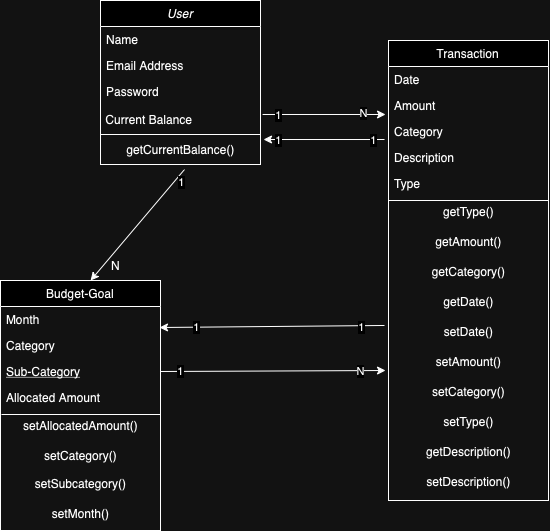
Before: images/ClassDiagram.drawio.png, a diagram exported from draw.io (calvin-cs262-Fall2024-TheATeam/Centsible-Project). Source tidied: cells renumbered, new cells last; positions are measured from the earlier drawing's top-left corner, leaving out a move shared by most shapes.
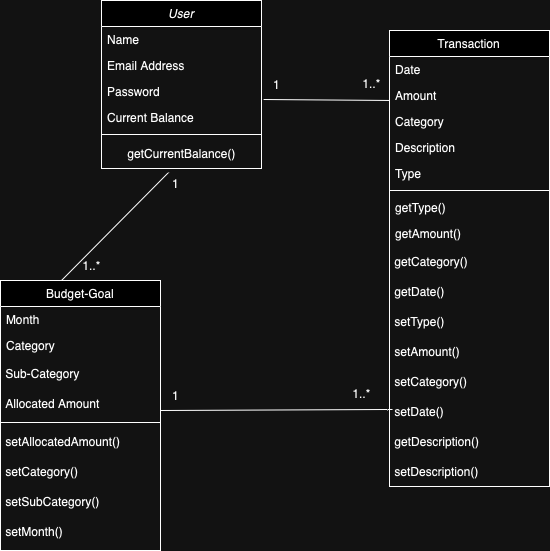
The same diagram one commit later.

What changed in the source:
```diff
@@ -3,7 +3,7 @@
     <mxCell id="0" />
     <mxCell id="1" parent="0" />
     <mxCell id="2" value="User" style="swimlane;fontStyle=2;align=center;verticalAlign=top;horizontal=1;startSize=26;rounded=0;shadow=0;strokeWidth=1;" parent="1" vertex="1">
-      <mxGeometry x="100" width="160" height="164" as="geometry" />
+      <mxGeometry x="100" y="10" width="160" height="168" as="geometry" />
     </mxCell>
     <mxCell id="3" value="Name" style="text;align=left;verticalAlign=top;spacingLeft=4;spacingRight=4;overflow=hidden;" parent="2" vertex="1">
       <mxGeometry y="26" width="160" height="26" as="geometry" />
@@ -14,44 +14,47 @@
     <mxCell id="5" value="Password" style="text;align=left;verticalAlign=top;spacingLeft=4;spacingRight=4;overflow=hidden;points=[[0,0.5],[1,0.5]];portConstraint=eastwest;rounded=0;shadow=0;html=0;" parent="2" vertex="1">
       <mxGeometry y="78" width="160" height="26" as="geometry" />
     </mxCell>
-    <mxCell id="6" value="&amp;nbsp;Current Balance" style="text;html=1;align=left;verticalAlign=middle;points=[];strokeColor=none;fillColor=none;" parent="2" vertex="1">
-      <mxGeometry y="104" width="160" height="30" as="geometry" />
+    <mxCell id="6" value="Current Balance" style="text;align=left;verticalAlign=top;spacingLeft=4;spacingRight=4;overflow=hidden;points=[[0,0.5],[1,0.5]];portConstraint=eastwest;" parent="2" vertex="1">
+      <mxGeometry y="104" width="160" height="26" as="geometry" />
     </mxCell>
-    <mxCell id="7" style="endArrow=none;html=1;rounded=0;" parent="2" edge="1">
-      <mxGeometry relative="1" as="geometry">
-        <mxPoint y="134" as="sourcePoint" />
-        <mxPoint x="160" y="134" as="targetPoint" />
-      </mxGeometry>
-    </mxCell>
+    <mxCell id="51" style="line;html=1;strokeWidth=1;align=left;verticalAlign=middle;spacingTop=-1;spacingLeft=3;spacingRight=3;labelPosition=right;" parent="2" vertex="1">
+      <mxGeometry y="130" width="160" height="8" as="geometry" />
+    </mxCell>
     <mxCell id="8" value="getCurrentBalance()" style="text;html=1;align=center;verticalAlign=middle;points=[];strokeColor=none;fillColor=none;" parent="2" vertex="1">
-      <mxGeometry y="134" width="160" height="30" as="geometry" />
+      <mxGeometry y="138" width="160" height="30" as="geometry" />
     </mxCell>
     <mxCell id="9" value="Budget-Goal" style="swimlane;fontStyle=0;align=center;verticalAlign=top;horizontal=1;startSize=26;rounded=0;shadow=0;strokeWidth=1;" parent="1" vertex="1">
-      <mxGeometry y="280" width="160" height="250" as="geometry" />
+      <mxGeometry x="-1" y="290" width="160" height="270" as="geometry" />
     </mxCell>
-    <mxCell id="10" value="Month" style="text;align=left;verticalAlign=top;spacingLeft=4;spacingRight=4;overflow=hidden;points=[[0,0.5],[1,0.5]];portConstraint=eastwest;" parent="9" vertex="1">
-      <mxGeometry y="26" width="160" height="26" as="geometry" />
-    </mxCell>
-    <mxCell id="11" value="Category" style="text;align=left;verticalAlign=top;spacingLeft=4;spacingRight=4;overflow=hidden;rounded=0;shadow=0;html=0;" parent="9" vertex="1">
-      <mxGeometry y="52" width="160" height="26" as="geometry" />
+    <mxCell id="11" value="Month" style="text;align=left;verticalAlign=top;spacingLeft=4;spacingRight=4;overflow=hidden;rounded=0;shadow=0;html=0;" parent="9" vertex="1">
+      <mxGeometry y="26" width="160" height="26" as="geometry" />
     </mxCell>
+    <mxCell id="13" value="Category" style="text;align=left;verticalAlign=top;spacingLeft=4;spacingRight=4;overflow=hidden;points=[[0,0.5],[1,0.5]];portConstraint=eastwest;" parent="9" vertex="1">
+      <mxGeometry y="52" width="160" height="26" as="geometry" />
+    </mxCell>
-    <mxCell id="12" value="Sub-Category" style="text;align=left;verticalAlign=top;spacingLeft=4;spacingRight=4;overflow=hidden;points=[[0,0.5],[1,0.5]];portConstraint=eastwest;fontStyle=4;" parent="9" vertex="1">
-      <mxGeometry y="78" width="160" height="26" as="geometry" />
+    <mxCell id="12" value="&amp;nbsp;Sub-Category" style="text;html=1;align=left;verticalAlign=middle;points=[];strokeColor=none;fillColor=none;" parent="9" vertex="1">
+      <mxGeometry y="78" width="160" height="30" as="geometry" />
     </mxCell>
-    <mxCell id="13" value="Allocated Amount" style="text;align=left;verticalAlign=top;spacingLeft=4;spacingRight=4;overflow=hidden;points=[[0,0.5],[1,0.5]];portConstraint=eastwest;" parent="9" vertex="1">
-      <mxGeometry y="104" width="160" height="26" as="geometry" />
-    </mxCell>
-    <mxCell id="14" style="endArrow=none;html=1;rounded=0;exitX=0.006;exitY=1.154;exitDx=0;exitDy=0;exitPerimeter=0;entryX=1;entryY=1.154;entryDx=0;entryDy=0;entryPerimeter=0;" parent="9" edge="1" source="13" target="13">
-      <mxGeometry relative="1" as="geometry" />
-    </mxCell>
+    <mxCell id="52" value="&amp;nbsp;Allocated Amount" style="text;html=1;align=left;verticalAlign=middle;strokeColor=none;fillColor=none;" parent="9" vertex="1">
+      <mxGeometry y="108" width="160" height="30" as="geometry" />
+    </mxCell>
+    <mxCell id="53" style="line;html=1;strokeWidth=1;align=left;verticalAlign=middle;spacingTop=-1;spacingLeft=3;spacingRight=3;labelPosition=right;" parent="9" vertex="1">
+      <mxGeometry y="138" width="160" height="8" as="geometry" />
+    </mxCell>
-    <mxCell id="15" value="setAllocatedAmount()" style="text;html=1;align=center;verticalAlign=middle;strokeColor=none;fillColor=none;" parent="9" vertex="1">
-      <mxGeometry y="130" width="160" height="30" as="geometry" />
+    <mxCell id="15" value="&amp;nbsp;setAllocatedAmount()" style="text;html=1;align=left;verticalAlign=middle;strokeColor=none;fillColor=none;" parent="9" vertex="1">
+      <mxGeometry y="146" width="160" height="30" as="geometry" />
     </mxCell>
-    <mxCell id="16" value="setCategory()" style="text;html=1;align=center;verticalAlign=middle;strokeColor=none;fillColor=none;" parent="9" vertex="1">
-      <mxGeometry y="160" width="160" height="30" as="geometry" />
-    </mxCell>
+    <mxCell id="54" value="&amp;nbsp;setCategory()" style="text;html=1;align=left;verticalAlign=middle;strokeColor=none;fillColor=none;" parent="9" vertex="1">
+      <mxGeometry y="176" width="160" height="30" as="geometry" />
+    </mxCell>
+    <mxCell id="55" value="&amp;nbsp;setSubCategory()" style="text;html=1;align=left;verticalAlign=middle;strokeColor=none;fillColor=none;" parent="9" vertex="1">
+      <mxGeometry y="206" width="160" height="30" as="geometry" />
+    </mxCell>
+    <mxCell id="35" value="&amp;nbsp;setMonth()" style="text;html=1;align=left;verticalAlign=middle;strokeColor=none;fillColor=none;" parent="9" vertex="1">
+      <mxGeometry y="236" width="160" height="30" as="geometry" />
+    </mxCell>
     <mxCell id="17" value="Transaction" style="swimlane;fontStyle=0;align=center;verticalAlign=top;horizontal=1;startSize=26;rounded=0;shadow=0;strokeWidth=1;" parent="1" vertex="1">
-      <mxGeometry x="388" y="40" width="160" height="460" as="geometry" />
+      <mxGeometry x="388" y="40" width="160" height="456" as="geometry" />
     </mxCell>
     <mxCell id="18" value="Date" style="text;align=left;verticalAlign=top;spacingLeft=4;spacingRight=4;overflow=hidden;" parent="17" vertex="1">
       <mxGeometry y="26" width="160" height="26" as="geometry" />
@@ -62,102 +65,77 @@
     <mxCell id="20" value="Category" style="text;align=left;verticalAlign=top;spacingLeft=4;spacingRight=4;overflow=hidden;points=[[0,0.5],[1,0.5]];portConstraint=eastwest;rounded=0;shadow=0;html=0;" parent="17" vertex="1">
       <mxGeometry y="78" width="160" height="26" as="geometry" />
     </mxCell>
+    <mxCell id="56" value="Description" style="text;align=left;verticalAlign=top;spacingLeft=4;spacingRight=4;overflow=hidden;rounded=0;shadow=0;html=0;" parent="17" vertex="1">
+      <mxGeometry y="104" width="160" height="26" as="geometry" />
+    </mxCell>
-    <mxCell id="21" value="Description" style="text;align=left;verticalAlign=top;spacingLeft=4;spacingRight=4;overflow=hidden;rounded=0;shadow=0;html=0;" parent="17" vertex="1">
-      <mxGeometry y="104" width="160" height="26" as="geometry" />
+    <mxCell id="21" value="Type" style="text;align=left;verticalAlign=top;spacingLeft=4;spacingRight=4;overflow=hidden;rounded=0;shadow=0;html=0;" parent="17" vertex="1">
+      <mxGeometry y="130" width="160" height="26" as="geometry" />
     </mxCell>
-    <mxCell id="22" value="Type" style="text;align=left;verticalAlign=top;spacingLeft=4;spacingRight=4;overflow=hidden;rounded=0;shadow=0;html=0;" parent="17" vertex="1">
-      <mxGeometry y="130" width="160" height="26" as="geometry" />
-    </mxCell>
-    <mxCell id="23" style="endArrow=none;html=1;rounded=0;" parent="17" edge="1">
-      <mxGeometry relative="1" as="geometry">
-        <mxPoint y="160" as="sourcePoint" />
-        <mxPoint x="160" y="160" as="targetPoint" />
-      </mxGeometry>
-    </mxCell>
+    <mxCell id="57" style="line;html=1;strokeWidth=1;align=left;verticalAlign=middle;spacingTop=-1;spacingLeft=3;spacingRight=3;labelPosition=right;" parent="17" vertex="1">
+      <mxGeometry y="156" width="160" height="8" as="geometry" />
+    </mxCell>
-    <mxCell id="24" value="getType()" style="text;html=1;align=center;verticalAlign=middle;strokeColor=none;fillColor=none;" parent="17" vertex="1">
-      <mxGeometry y="156" width="160" height="30" as="geometry" />
+    <mxCell id="24" value="getType()" style="text;align=left;verticalAlign=top;spacingLeft=4;spacingRight=4;overflow=hidden;" parent="17" vertex="1">
+      <mxGeometry y="164" width="160" height="26" as="geometry" />
     </mxCell>
-    <mxCell id="25" value="getAmount()" style="text;html=1;align=center;verticalAlign=middle;strokeColor=none;fillColor=none;" parent="17" vertex="1">
-      <mxGeometry y="186" width="160" height="30" as="geometry" />
+    <mxCell id="25" value="getAmount()" style="text;align=left;verticalAlign=top;spacingLeft=4;spacingRight=4;overflow=hidden;" parent="17" vertex="1">
+      <mxGeometry y="190" width="160" height="26" as="geometry" />
     </mxCell>
-    <mxCell id="26" value="getCategory()" style="text;html=1;align=center;verticalAlign=middle;strokeColor=none;fillColor=none;" parent="17" vertex="1">
+    <mxCell id="26" value="&amp;nbsp;getCategory()" style="text;html=1;align=left;verticalAlign=middle;strokeColor=none;fillColor=none;" parent="17" vertex="1">
       <mxGeometry y="216" width="160" height="30" as="geometry" />
     </mxCell>
-    <mxCell id="27" value="getDate()" style="text;html=1;align=center;verticalAlign=middle;strokeColor=none;fillColor=none;" parent="17" vertex="1">
+    <mxCell id="27" value="&amp;nbsp;getDate()" style="text;html=1;align=left;verticalAlign=middle;strokeColor=none;fillColor=none;" parent="17" vertex="1">
       <mxGeometry y="246" width="160" height="30" as="geometry" />
     </mxCell>
+    <mxCell id="31" value="&amp;nbsp;setType()" style="text;html=1;align=left;verticalAlign=middle;strokeColor=none;fillColor=none;" parent="17" vertex="1">
+      <mxGeometry y="276" width="160" height="30" as="geometry" />
+    </mxCell>
+    <mxCell id="29" value="&amp;nbsp;setAmount()" style="text;html=1;align=left;verticalAlign=middle;strokeColor=none;fillColor=none;" parent="17" vertex="1">
+      <mxGeometry y="306" width="160" height="30" as="geometry" />
+    </mxCell>
+    <mxCell id="58" value="&amp;nbsp;setCategory()" style="text;html=1;align=left;verticalAlign=middle;strokeColor=none;fillColor=none;" parent="17" vertex="1">
+      <mxGeometry y="336" width="160" height="30" as="geometry" />
+    </mxCell>
-    <mxCell id="28" value="setDate()" style="text;html=1;align=center;verticalAlign=middle;points=[];strokeColor=none;fillColor=none;" parent="17" vertex="1">
-      <mxGeometry y="276" width="160" height="30" as="geometry" />
+    <mxCell id="28" value="&amp;nbsp;setDate()" style="text;html=1;align=left;verticalAlign=middle;points=[];strokeColor=none;fillColor=none;" parent="17" vertex="1">
+      <mxGeometry y="366" width="160" height="30" as="geometry" />
     </mxCell>
-    <mxCell id="29" value="setAmount()" style="text;html=1;align=center;verticalAlign=middle;strokeColor=none;fillColor=none;" parent="17" vertex="1">
-      <mxGeometry y="306" width="160" height="30" as="geometry" />
-    </mxCell>
-    <mxCell id="30" value="setCategory()" style="text;html=1;align=center;verticalAlign=middle;strokeColor=none;fillColor=none;" parent="17" vertex="1">
-      <mxGeometry y="336" width="160" height="30" as="geometry" />
-    </mxCell>
-    <mxCell id="31" value="setType()" style="text;html=1;align=center;verticalAlign=middle;strokeColor=none;fillColor=none;" parent="17" vertex="1">
-      <mxGeometry y="366" width="160" height="30" as="geometry" />
-    </mxCell>
-    <mxCell id="32" value="getDescription()" style="text;html=1;align=center;verticalAlign=middle;strokeColor=none;fillColor=none;" parent="17" vertex="1">
+    <mxCell id="32" value="&amp;nbsp;getDescription()" style="text;html=1;align=left;verticalAlign=middle;strokeColor=none;fillColor=none;" parent="17" vertex="1">
       <mxGeometry y="396" width="160" height="30" as="geometry" />
     </mxCell>
-    <mxCell id="33" value="setDescription()" style="text;html=1;align=center;verticalAlign=middle;strokeColor=none;fillColor=none;" parent="17" vertex="1">
+    <mxCell id="33" value="&amp;nbsp;setDescription()" style="text;html=1;align=left;verticalAlign=middle;strokeColor=none;fillColor=none;" parent="17" vertex="1">
       <mxGeometry y="426" width="160" height="30" as="geometry" />
     </mxCell>
-    <mxCell id="34" value="setSubcategory()" style="text;html=1;align=center;verticalAlign=middle;strokeColor=none;fillColor=none;" parent="1" vertex="1">
-      <mxGeometry x="25" y="468" width="110" height="30" as="geometry" />
-    </mxCell>
-    <mxCell id="35" value="setMonth()" style="text;html=1;align=center;verticalAlign=middle;strokeColor=none;fillColor=none;" parent="1" vertex="1">
-      <mxGeometry x="40" y="498" width="80" height="30" as="geometry" />
-    </mxCell>
-    <mxCell id="36" style="endArrow=classic;html=1;rounded=0;exitX=1.013;exitY=0.333;exitDx=0;exitDy=0;exitPerimeter=0;" parent="1" edge="1" source="6">
-      <mxGeometry relative="1" as="geometry">
-        <mxPoint x="385" y="114" as="targetPoint" />
-      </mxGeometry>
-    </mxCell>
-    <mxCell id="37" value="N" style="edgeLabel;html=1;align=center;verticalAlign=middle;" parent="36" vertex="1">
-      <mxGeometry x="0.63" y="1" relative="1" as="geometry" />
-    </mxCell>
-    <mxCell id="38" value="1" style="edgeLabel;html=1;align=center;verticalAlign=middle;" parent="36" vertex="1">
-      <mxGeometry x="-0.76" y="-1" relative="1" as="geometry" />
-    </mxCell>
-    <mxCell id="39" style="endArrow=classic;html=1;rounded=0;entryX=1.019;entryY=0.167;entryDx=0;entryDy=0;entryPerimeter=0;exitX=-0.025;exitY=0.808;exitDx=0;exitDy=0;exitPerimeter=0;" parent="1" edge="1" source="20" target="8">
-      <mxGeometry relative="1" as="geometry" />
-    </mxCell>
-    <mxCell id="40" value="1" style="edgeLabel;html=1;align=center;verticalAlign=middle;" parent="39" vertex="1">
-      <mxGeometry x="0.77" relative="1" as="geometry" />
-    </mxCell>
-    <mxCell id="41" value="1" style="edgeLabel;html=1;align=center;verticalAlign=middle;" parent="39" vertex="1">
-      <mxGeometry x="-0.8" relative="1" as="geometry" />
-    </mxCell>
-    <mxCell id="42" style="endArrow=classic;html=1;rounded=0;entryX=0.563;entryY=0;entryDx=0;entryDy=0;entryPerimeter=0;exitX=0.525;exitY=1.167;exitDx=0;exitDy=0;exitPerimeter=0;" parent="1" edge="1" source="8" target="9">
-      <mxGeometry relative="1" as="geometry" />
-    </mxCell>
-    <mxCell id="43" value="1" style="edgeLabel;html=1;align=center;verticalAlign=middle;" parent="42" vertex="1">
-      <mxGeometry x="-0.84" y="5" relative="1" as="geometry" />
-    </mxCell>
-    <mxCell id="44" value="N" style="text;html=1;align=center;verticalAlign=middle;strokeColor=none;fillColor=none;" parent="1" vertex="1">
-      <mxGeometry x="100" y="250" width="30" height="30" as="geometry" />
-    </mxCell>
-    <mxCell id="45" style="endArrow=classic;html=1;rounded=0;exitX=-0.025;exitY=0.3;exitDx=0;exitDy=0;exitPerimeter=0;entryX=0.994;entryY=0.808;entryDx=0;entryDy=0;entryPerimeter=0;" parent="1" edge="1" source="28" target="10">
-      <mxGeometry relative="1" as="geometry" />
-    </mxCell>
-    <mxCell id="46" value="1" style="edgeLabel;html=1;align=center;verticalAlign=middle;" parent="45" vertex="1">
-      <mxGeometry x="-0.79" y="1" relative="1" as="geometry" />
-    </mxCell>
-    <mxCell id="47" value="1" style="edgeLabel;html=1;align=center;verticalAlign=middle;" parent="45" vertex="1">
-      <mxGeometry x="0.68" relative="1" as="geometry" />
-    </mxCell>
-    <mxCell id="48" style="endArrow=classic;html=1;rounded=0;exitX=1;exitY=0.5;exitDx=0;exitDy=0;" parent="1" edge="1" source="12">
-      <mxGeometry relative="1" as="geometry">
-        <mxPoint x="385" y="370" as="targetPoint" />
-      </mxGeometry>
-    </mxCell>
-    <mxCell id="49" value="1" style="edgeLabel;html=1;align=center;verticalAlign=middle;" parent="48" vertex="1">
-      <mxGeometry x="-0.82" relative="1" as="geometry" />
-    </mxCell>
-    <mxCell id="50" value="N" style="edgeLabel;html=1;align=center;verticalAlign=middle;" parent="48" vertex="1">
-      <mxGeometry x="0.78" relative="1" as="geometry" />
-    </mxCell>
+    <mxCell id="59" style="endArrow=none;html=1;rounded=0;entryX=0.419;entryY=1.133;entryDx=0;entryDy=0;entryPerimeter=0;" parent="1" edge="1" target="8">
+      <mxGeometry relative="1" as="geometry">
+        <mxPoint x="60" y="290" as="sourcePoint" />
+      </mxGeometry>
+    </mxCell>
+    <mxCell id="60" value="1" style="text;html=1;align=center;verticalAlign=middle;strokeColor=none;fillColor=none;" parent="1" vertex="1">
+      <mxGeometry x="159" y="178" width="30" height="30" as="geometry" />
+    </mxCell>
+    <mxCell id="61" style="endArrow=none;html=1;rounded=0;exitX=1.013;exitY=0.808;exitDx=0;exitDy=0;exitPerimeter=0;" parent="1" edge="1" source="5">
+      <mxGeometry relative="1" as="geometry">
+        <mxPoint x="388" y="110" as="targetPoint" />
+      </mxGeometry>
+    </mxCell>
+    <mxCell id="62" value="1" style="text;html=1;align=center;verticalAlign=middle;strokeColor=none;fillColor=none;" parent="1" vertex="1">
+      <mxGeometry x="260" y="79" width="30" height="30" as="geometry" />
+    </mxCell>
+    <mxCell id="63" value="1..*" style="text;html=1;align=center;verticalAlign=middle;strokeColor=none;fillColor=none;" parent="1" vertex="1">
+      <mxGeometry x="350" y="78" width="40" height="30" as="geometry" />
+    </mxCell>
+    <mxCell id="64" style="endArrow=none;html=1;rounded=0;entryX=0.019;entryY=0.433;entryDx=0;entryDy=0;entryPerimeter=0;" parent="1" edge="1" target="28">
+      <mxGeometry relative="1" as="geometry">
+        <mxPoint x="159" y="420" as="sourcePoint" />
+      </mxGeometry>
+    </mxCell>
+    <mxCell id="65" value="1" style="text;html=1;align=center;verticalAlign=middle;strokeColor=none;fillColor=none;" parent="1" vertex="1">
+      <mxGeometry x="159" y="390" width="30" height="30" as="geometry" />
+    </mxCell>
+    <mxCell id="66" value="1..*" style="text;html=1;align=center;verticalAlign=middle;strokeColor=none;fillColor=none;" parent="1" vertex="1">
+      <mxGeometry x="340" y="388" width="40" height="30" as="geometry" />
+    </mxCell>
+    <mxCell id="67" value="1..*" style="text;html=1;align=center;verticalAlign=middle;strokeColor=none;fillColor=none;" parent="1" vertex="1">
+      <mxGeometry x="70" y="260" width="40" height="30" as="geometry" />
+    </mxCell>
   </root>
 </mxGraphModel>
```
